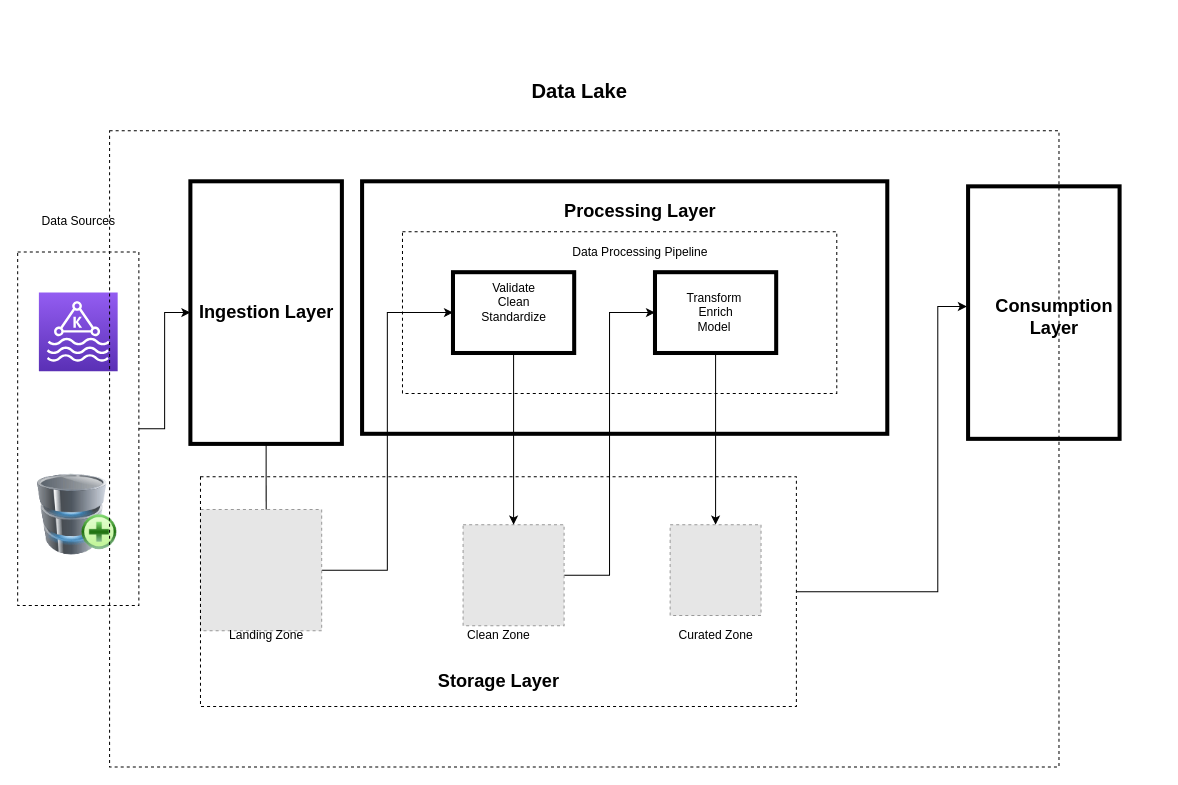
The draw.io diagram Untitled Diagram.drawio in desininja/Airline_tweet_analysis, before the edit. Source tidied: cells renumbered, new cells numbered last; positions are measured from the earlier drawing's top-left corner, leaving out a move shared by most shapes. Both pictures are drawn from the tidied source at 101%, with x=0, y=0 at pixel (17, 80). Pictures stored in the file or linked from it are replaced by grey dashed boxes.
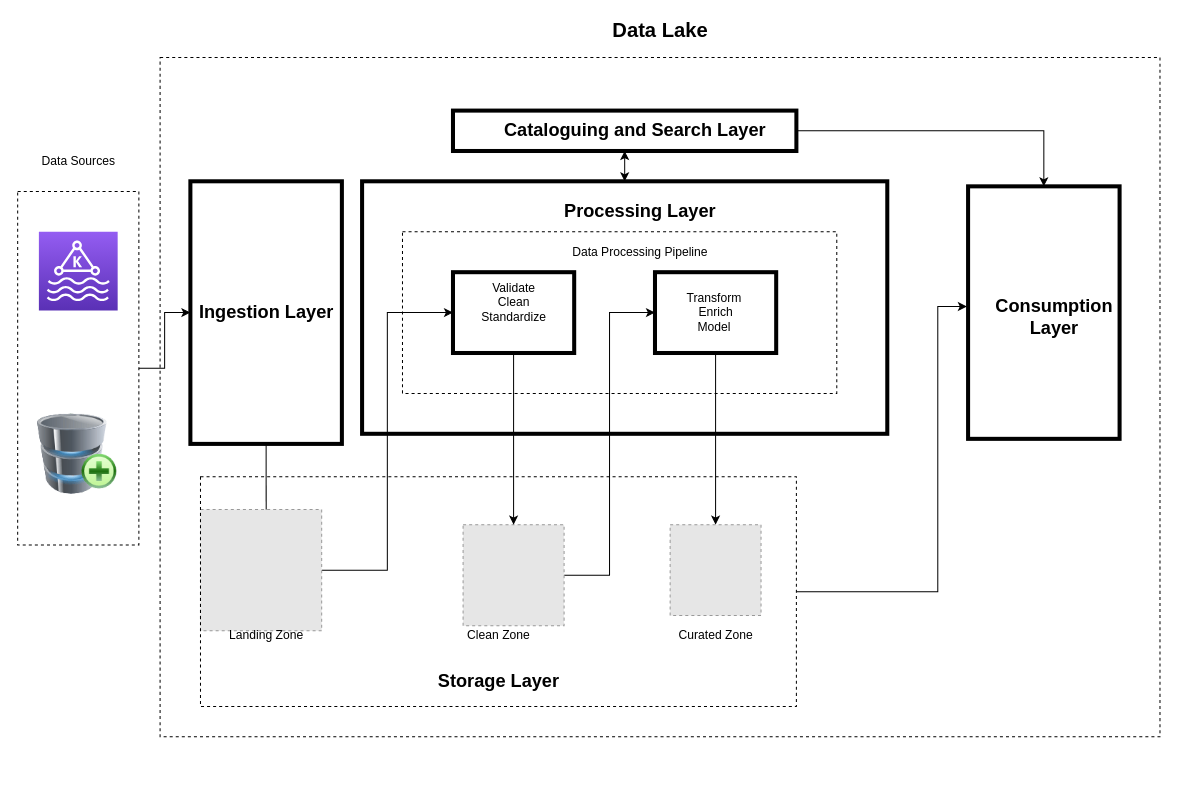
The same diagram, later.

The change refers to these unchanged cells:
```xml
<mxCell id="24" style="rounded=0;whiteSpace=wrap;html=1;strokeWidth=4;fillColor=none;" parent="1" vertex="1">
  <mxGeometry x="941" y="105" width="150" height="250" as="geometry" />
</mxCell>
<mxCell id="33" style="rounded=0;whiteSpace=wrap;html=1;fillColor=none;strokeWidth=4;" parent="1" vertex="1">
  <mxGeometry x="341" y="100" width="520" height="250" as="geometry" />
</mxCell>
```

The edit, as a diff of the source:
```diff
@@
     <mxCell id="2" style="sketch=0;fontColor=#232F3E;gradientColor=#945DF2;gradientDirection=north;fillColor=#5A30B5;strokeColor=#ffffff;dashed=0;verticalLabelPosition=bottom;verticalAlign=top;align=center;html=1;fontSize=12;fontStyle=0;shape=mxgraph.aws4.resourceIcon;resIcon=mxgraph.aws4.managed_streaming_for_kafka;" parent="1" vertex="1">
-      <mxGeometry x="21" y="210" width="78" height="78" as="geometry" />
+      <mxGeometry x="21" y="150" width="78" height="78" as="geometry" />
     </mxCell>
     <mxCell id="3" style="image;html=1;image=img/lib/clip_art/computers/Database_Add_128x128.png;" parent="1" vertex="1">
-      <mxGeometry x="19" y="390" width="80" height="80" as="geometry" />
+      <mxGeometry x="19" y="330" width="80" height="80" as="geometry" />
     </mxCell>
@@
     <mxCell id="5" style="rounded=0;whiteSpace=wrap;html=1;fillColor=none;dashed=1;" parent="1" vertex="1">
-      <mxGeometry y="170" width="120" height="350" as="geometry" />
+      <mxGeometry y="110" width="120" height="350" as="geometry" />
     </mxCell>
     <mxCell id="6" value="Data Sources&lt;br&gt;" style="text;html=1;align=center;verticalAlign=middle;fillColor=none;strokeColor=none;rounded=0;dashed=1;" parent="1" vertex="1">
-      <mxGeometry x="15" y="130" width="90" height="20" as="geometry" />
+      <mxGeometry x="15" y="70" width="90" height="20" as="geometry" />
     </mxCell>
@@
-    <mxCell id="28" style="rounded=0;whiteSpace=wrap;html=1;fillColor=none;dashed=1;" parent="1" vertex="1">
-      <mxGeometry x="91" y="50" width="940" height="630" as="geometry" />
-    </mxCell>
     <mxCell id="29" value="&lt;b&gt;&lt;font style=&quot;font-size: 20px;&quot;&gt;Data Lake&lt;/font&gt;&lt;/b&gt;" style="text;html=1;align=center;verticalAlign=middle;fillColor=none;strokeColor=none;rounded=0;dashed=1;" parent="1" vertex="1">
-      <mxGeometry x="501" width="110" height="20" as="geometry" />
+      <mxGeometry x="581" y="-60" width="110" height="20" as="geometry" />
     </mxCell>
@@
+    <mxCell id="35" value="&lt;b&gt;&lt;font style=&quot;font-size: 18px;&quot;&gt;Cataloguing and Search Layer&lt;/font&gt;&lt;/b&gt;" style="text;html=1;align=center;verticalAlign=middle;fillColor=none;strokeColor=none;rounded=0;dashed=1;" parent="1" vertex="1">
+      <mxGeometry x="476" y="40" width="270" height="20" as="geometry" />
+    </mxCell>
+    <mxCell id="36" style="edgeStyle=orthogonalEdgeStyle;rounded=0;jettySize=auto;html=1;entryX=0.5;entryY=0;entryDx=0;entryDy=0;fontSize=18;" parent="1" edge="1" source="37" target="24">
+      <mxGeometry relative="1" as="geometry" />
+    </mxCell>
+    <mxCell id="37" style="rounded=0;whiteSpace=wrap;html=1;fontSize=18;strokeWidth=4;fillColor=none;" parent="1" vertex="1">
+      <mxGeometry x="431" y="30" width="340" height="40" as="geometry" />
+    </mxCell>
+    <mxCell id="38" style="endArrow=classic;startArrow=classic;html=1;rounded=0;fontSize=18;entryX=0.5;entryY=1;entryDx=0;entryDy=0;exitX=0.5;exitY=0;exitDx=0;exitDy=0;" parent="1" edge="1" source="33" target="37">
+      <mxGeometry relative="1" as="geometry" />
+    </mxCell>
+    <mxCell id="39" style="rounded=0;whiteSpace=wrap;html=1;fillColor=none;dashed=1;" parent="1" vertex="1">
+      <mxGeometry x="141" y="-22.5" width="990" height="672.5" as="geometry" />
+    </mxCell>
```
